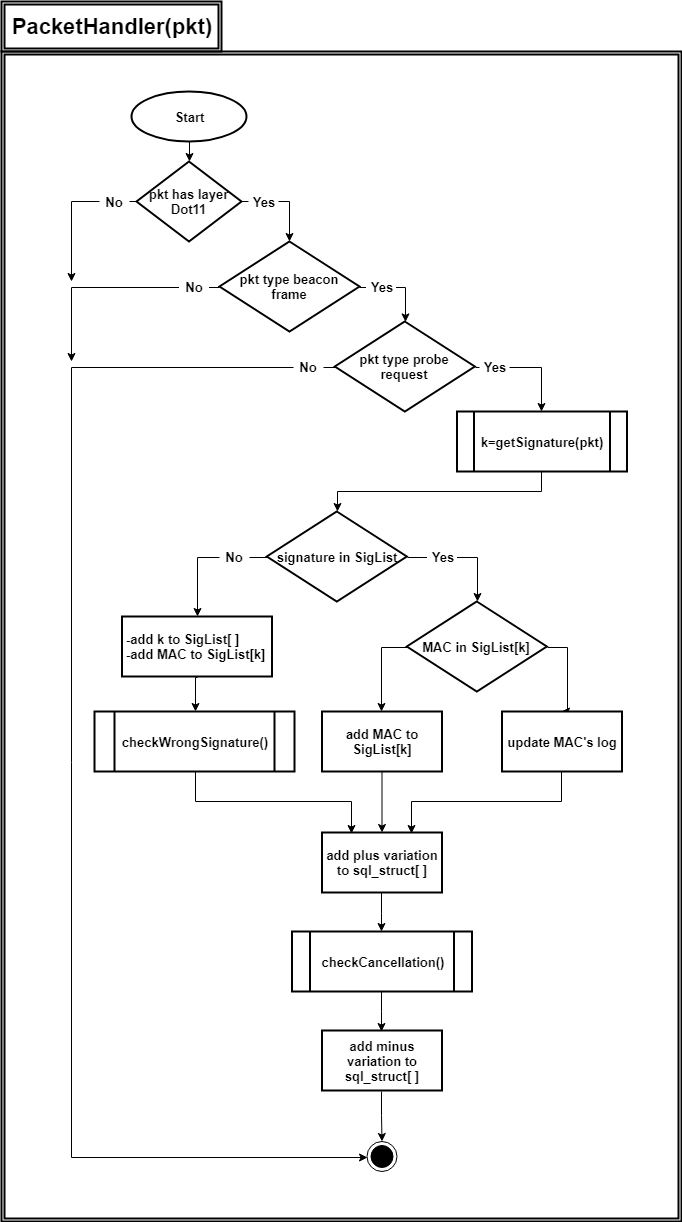
Above: Immagini/Diagrammi/packetHandler.png in gianlubiscotto/SnifferWiFi (draw.io), before the change. Source tidied: cells renumbered, new cells last; positions are measured from the earlier drawing's top-left corner, leaving out a move shared by most shapes.
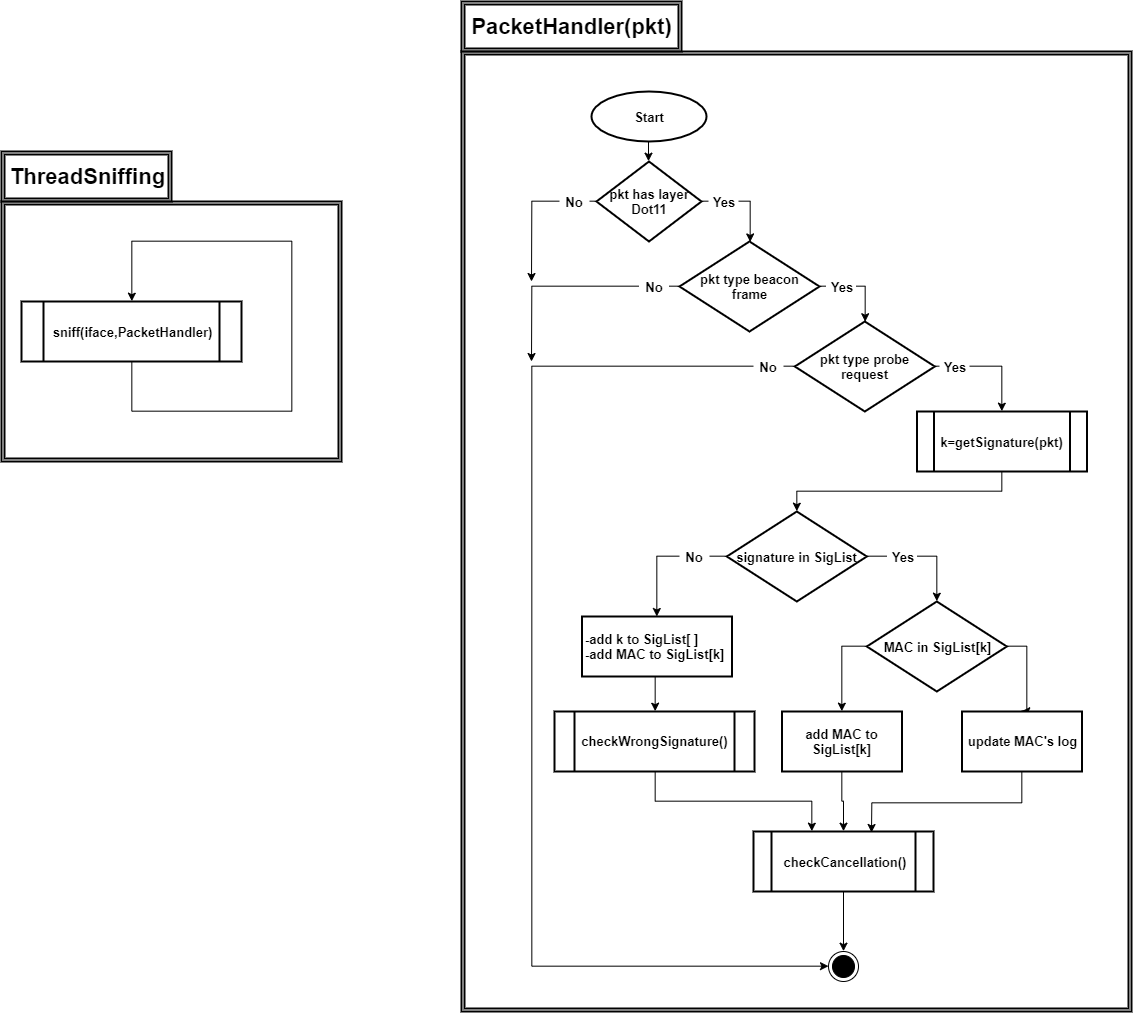
Above is the later version.

The edit, as a diff of the source:
```diff
@@ -2,42 +2,61 @@
   <root>
     <mxCell id="0" />
     <mxCell id="1" parent="0" />
+    <mxCell id="46" style="shape=ext;double=1;rounded=0;whiteSpace=wrap;html=1;strokeColor=#000000;fillColor=none;fontSize=22;fontStyle=1;strokeWidth=2;" parent="1" vertex="1">
+      <mxGeometry x="-460" y="200" width="340" height="260" as="geometry" />
+    </mxCell>
     <mxCell id="2" value="PacketHandler(pkt)" style="shape=ext;double=1;rounded=0;whiteSpace=wrap;html=1;strokeColor=#000000;fillColor=none;fontSize=22;fontStyle=1;strokeWidth=2;" parent="1" vertex="1">
       <mxGeometry width="220" height="50" as="geometry" />
     </mxCell>
+    <mxCell id="47" value="sniff(iface,PacketHandler)" style="shape=process;whiteSpace=wrap;html=1;backgroundOutline=1;strokeWidth=2;fontStyle=1;fontSize=13;" parent="1" vertex="1">
+      <mxGeometry x="-440" y="300" width="220" height="60" as="geometry" />
+    </mxCell>
+    <mxCell id="48" style="edgeStyle=orthogonalEdgeStyle;rounded=0;orthogonalLoop=1;jettySize=auto;html=1;entryX=0.5;entryY=0;entryDx=0;entryDy=0;fontSize=13;" parent="1" edge="1" source="47" target="47">
+      <mxGeometry relative="1" as="geometry">
+        <Array as="points">
+          <mxPoint x="-330" y="410" />
+          <mxPoint x="-170" y="410" />
+          <mxPoint x="-170" y="240" />
+          <mxPoint x="-330" y="240" />
+        </Array>
+      </mxGeometry>
+    </mxCell>
+    <mxCell id="49" value="ThreadSniffing" style="shape=ext;double=1;rounded=0;whiteSpace=wrap;html=1;strokeColor=#000000;fillColor=none;fontSize=22;fontStyle=1;strokeWidth=2;" parent="1" vertex="1">
+      <mxGeometry x="-460" y="150" width="170" height="50" as="geometry" />
+    </mxCell>
     <mxCell id="3" style="edgeStyle=orthogonalEdgeStyle;rounded=0;jettySize=auto;html=1;exitX=1;exitY=0.5;exitDx=0;exitDy=0;fontSize=13;" parent="1" edge="1" source="5" target="8">
       <mxGeometry relative="1" as="geometry" />
     </mxCell>
-    <mxCell id="4" style="edgeStyle=orthogonalEdgeStyle;rounded=0;jettySize=auto;html=1;exitX=0;exitY=0.5;exitDx=0;exitDy=0;fontSize=13;" parent="1" edge="1" source="5">
-      <mxGeometry relative="1" as="geometry">
-        <mxPoint x="70" y="280" as="targetPoint" />
-      </mxGeometry>
-    </mxCell>
+    <mxCell id="50" style="edgeStyle=orthogonalEdgeStyle;rounded=0;jettySize=auto;html=1;exitX=0;exitY=0.5;exitDx=0;exitDy=0;fontSize=13;" parent="1" edge="1" source="5">
+      <mxGeometry relative="1" as="geometry">
+        <mxPoint x="70" y="280" as="targetPoint" />
+      </mxGeometry>
+    </mxCell>
     <mxCell id="5" value="pkt has layer Dot11" style="rhombus;whiteSpace=wrap;html=1;strokeWidth=2;fontSize=13;fontStyle=1;" parent="1" vertex="1">
       <mxGeometry x="135" y="160" width="105" height="80" as="geometry" />
     </mxCell>
     <mxCell id="6" style="edgeStyle=orthogonalEdgeStyle;rounded=0;jettySize=auto;html=1;exitX=1;exitY=0.5;exitDx=0;exitDy=0;fontSize=13;" parent="1" edge="1" source="8" target="11">
       <mxGeometry relative="1" as="geometry" />
     </mxCell>
-    <mxCell id="7" style="edgeStyle=orthogonalEdgeStyle;rounded=0;jettySize=auto;html=1;exitX=0;exitY=0.5;exitDx=0;exitDy=0;fontSize=13;" parent="1" edge="1" source="8">
-      <mxGeometry relative="1" as="geometry">
-        <mxPoint x="70" y="360" as="targetPoint" />
-      </mxGeometry>
-    </mxCell>
+    <mxCell id="51" style="edgeStyle=orthogonalEdgeStyle;rounded=0;jettySize=auto;html=1;exitX=0;exitY=0.5;exitDx=0;exitDy=0;fontSize=13;" parent="1" edge="1" source="8">
+      <mxGeometry relative="1" as="geometry">
+        <mxPoint x="70" y="360" as="targetPoint" />
+      </mxGeometry>
+    </mxCell>
     <mxCell id="8" value="pkt type beacon frame" style="rhombus;whiteSpace=wrap;html=1;strokeWidth=2;fontSize=13;fontStyle=1;" parent="1" vertex="1">
       <mxGeometry x="218" y="240" width="140" height="90" as="geometry" />
     </mxCell>
     <mxCell id="9" style="edgeStyle=orthogonalEdgeStyle;rounded=0;jettySize=auto;html=1;exitX=1;exitY=0.5;exitDx=0;exitDy=0;entryX=0.5;entryY=0;entryDx=0;entryDy=0;fontSize=13;" parent="1" edge="1" source="11" target="16">
       <mxGeometry relative="1" as="geometry" />
     </mxCell>
-    <mxCell id="10" style="edgeStyle=orthogonalEdgeStyle;rounded=0;jettySize=auto;html=1;exitX=0;exitY=0.5;exitDx=0;exitDy=0;entryX=0;entryY=0.5;entryDx=0;entryDy=0;fontSize=13;" parent="1" edge="1" source="11" target="45">
-      <mxGeometry relative="1" as="geometry">
-        <Array as="points">
-          <mxPoint x="70" y="365" />
-          <mxPoint x="70" y="1155" />
-        </Array>
-      </mxGeometry>
-    </mxCell>
+    <mxCell id="52" style="edgeStyle=orthogonalEdgeStyle;rounded=0;jettySize=auto;html=1;exitX=0;exitY=0.5;exitDx=0;exitDy=0;entryX=0;entryY=0.5;entryDx=0;entryDy=0;fontSize=13;" parent="1" edge="1" source="11" target="58">
+      <mxGeometry relative="1" as="geometry">
+        <Array as="points">
+          <mxPoint x="70" y="365" />
+          <mxPoint x="70" y="965" />
+        </Array>
+      </mxGeometry>
+    </mxCell>
     <mxCell id="11" value="pkt type probe request" style="rhombus;whiteSpace=wrap;html=1;strokeWidth=2;fontSize=13;fontStyle=1;" parent="1" vertex="1">
       <mxGeometry x="333.3" y="320" width="140" height="90" as="geometry" />
     </mxCell>
@@ -65,15 +84,17 @@
     <mxCell id="19" value="MAC in SigList[k]" style="rhombus;whiteSpace=wrap;html=1;strokeWidth=2;fontSize=13;fontStyle=1;" parent="1" vertex="1">
       <mxGeometry x="405.3" y="600" width="140" height="90" as="geometry" />
     </mxCell>
-    <mxCell id="20" style="edgeStyle=orthogonalEdgeStyle;rounded=0;jettySize=auto;html=1;exitX=0.5;exitY=1;exitDx=0;exitDy=0;entryX=0.75;entryY=0;entryDx=0;entryDy=0;fontSize=13;" parent="1" edge="1" source="21" target="30">
-      <mxGeometry relative="1" as="geometry" />
-    </mxCell>
+    <mxCell id="53" style="edgeStyle=orthogonalEdgeStyle;rounded=0;jettySize=auto;html=1;exitX=0.5;exitY=1;exitDx=0;exitDy=0;fontSize=13;" parent="1" edge="1" source="21">
+      <mxGeometry relative="1" as="geometry">
+        <mxPoint x="410" y="831" as="targetPoint" />
+      </mxGeometry>
+    </mxCell>
     <mxCell id="21" value="update MAC's log" style="rounded=0;whiteSpace=wrap;html=1;strokeWidth=2;fontSize=13;fontStyle=1;" parent="1" vertex="1">
       <mxGeometry x="500.5" y="710" width="120" height="60" as="geometry" />
     </mxCell>
-    <mxCell id="22" style="edgeStyle=orthogonalEdgeStyle;rounded=0;jettySize=auto;html=1;fontSize=13;" parent="1" edge="1" source="23" target="30">
-      <mxGeometry relative="1" as="geometry" />
-    </mxCell>
+    <mxCell id="54" style="edgeStyle=orthogonalEdgeStyle;rounded=0;jettySize=auto;html=1;fontSize=13;entryX=0.5;entryY=0;entryDx=0;entryDy=0;" parent="1" edge="1" source="23" target="34">
+      <mxGeometry relative="1" as="geometry" />
+    </mxCell>
     <mxCell id="23" value="add MAC to SigList[k]" style="rounded=0;whiteSpace=wrap;html=1;strokeWidth=2;fontSize=13;fontStyle=1;" parent="1" vertex="1">
       <mxGeometry x="320.5" y="710" width="120" height="60" as="geometry" />
     </mxCell>
@@ -86,39 +107,27 @@
     <mxCell id="26" value="Yes" style="rounded=0;whiteSpace=wrap;html=1;strokeWidth=2;fontSize=13;strokeColor=none;fontStyle=1;" parent="1" vertex="1">
       <mxGeometry x="425.5" y="540" width="30" height="30" as="geometry" />
     </mxCell>
-    <mxCell id="27" style="edgeStyle=orthogonalEdgeStyle;rounded=0;jettySize=auto;html=1;exitX=0.5;exitY=1;exitDx=0;exitDy=0;entryX=0.25;entryY=0;entryDx=0;entryDy=0;fontSize=13;" parent="1" edge="1" source="28" target="30">
-      <mxGeometry relative="1" as="geometry" />
-    </mxCell>
+    <mxCell id="55" style="edgeStyle=orthogonalEdgeStyle;rounded=0;jettySize=auto;html=1;exitX=0.5;exitY=1;exitDx=0;exitDy=0;entryX=0.32;entryY=-0.006;entryDx=0;entryDy=0;fontSize=13;entryPerimeter=0;" parent="1" edge="1" source="28" target="34">
+      <mxGeometry relative="1" as="geometry" />
+    </mxCell>
     <mxCell id="28" value="checkWrongSignature()" style="shape=process;whiteSpace=wrap;html=1;backgroundOutline=1;strokeWidth=2;fontSize=13;fontStyle=1;" parent="1" vertex="1">
       <mxGeometry x="93" y="710" width="200" height="60" as="geometry" />
     </mxCell>
-    <mxCell id="29" style="edgeStyle=orthogonalEdgeStyle;rounded=0;jettySize=auto;html=1;entryX=0.5;entryY=0;entryDx=0;entryDy=0;fontSize=13;" parent="1" edge="1" source="30" target="34">
-      <mxGeometry relative="1" as="geometry" />
-    </mxCell>
-    <mxCell id="30" value="add plus variation to sql_struct[ ]" style="rounded=0;whiteSpace=wrap;html=1;strokeWidth=2;fontSize=13;fontStyle=1;" parent="1" vertex="1">
-      <mxGeometry x="320.5" y="831" width="120" height="60" as="geometry" />
-    </mxCell>
     <mxCell id="31" style="edgeStyle=orthogonalEdgeStyle;rounded=0;jettySize=auto;html=1;exitX=0.5;exitY=1;exitDx=0;exitDy=0;entryX=0.5;entryY=0;entryDx=0;entryDy=0;fontSize=13;" parent="1" edge="1" source="32" target="5">
       <mxGeometry relative="1" as="geometry" />
     </mxCell>
     <mxCell id="32" value="Start" style="ellipse;whiteSpace=wrap;html=1;strokeWidth=2;fontSize=13;fontStyle=1;" parent="1" vertex="1">
       <mxGeometry x="130" y="90" width="115" height="50" as="geometry" />
     </mxCell>
-    <mxCell id="33" style="edgeStyle=orthogonalEdgeStyle;rounded=0;jettySize=auto;html=1;exitX=0.5;exitY=1;exitDx=0;exitDy=0;entryX=0.5;entryY=0;entryDx=0;entryDy=0;fontSize=13;" parent="1" edge="1" source="34" target="36">
-      <mxGeometry relative="1" as="geometry" />
-    </mxCell>
+    <mxCell id="56" style="edgeStyle=orthogonalEdgeStyle;rounded=0;jettySize=auto;html=1;exitX=0.5;exitY=1;exitDx=0;exitDy=0;entryX=0.5;entryY=0;entryDx=0;entryDy=0;fontSize=13;" parent="1" edge="1" source="34" target="58">
+      <mxGeometry relative="1" as="geometry" />
+    </mxCell>
     <mxCell id="34" value="checkCancellation()" style="shape=process;whiteSpace=wrap;html=1;backgroundOutline=1;strokeWidth=2;fontSize=13;fontStyle=1;" parent="1" vertex="1">
-      <mxGeometry x="290.5" y="930" width="180" height="60" as="geometry" />
+      <mxGeometry x="292" y="830" width="180" height="60" as="geometry" />
     </mxCell>
-    <mxCell id="35" style="edgeStyle=orthogonalEdgeStyle;rounded=0;jettySize=auto;html=1;exitX=0.5;exitY=1;exitDx=0;exitDy=0;fontSize=13;" parent="1" edge="1" source="36" target="45">
-      <mxGeometry relative="1" as="geometry" />
-    </mxCell>
-    <mxCell id="36" value="add minus variation to sql_struct[ ]" style="rounded=0;whiteSpace=wrap;html=1;strokeWidth=2;fontSize=13;fontStyle=1;" parent="1" vertex="1">
-      <mxGeometry x="320.5" y="1029" width="120" height="60" as="geometry" />
-    </mxCell>
-    <mxCell id="37" style="shape=ext;double=1;rounded=0;whiteSpace=wrap;html=1;strokeColor=#000000;fillColor=none;fontSize=22;fontStyle=1;strokeWidth=2;" parent="1" vertex="1">
-      <mxGeometry y="50" width="680" height="1170" as="geometry" />
-    </mxCell>
+    <mxCell id="57" style="shape=ext;double=1;rounded=0;whiteSpace=wrap;html=1;strokeColor=#000000;fillColor=none;fontSize=22;fontStyle=1;strokeWidth=2;" parent="1" vertex="1">
+      <mxGeometry y="50" width="670" height="960" as="geometry" />
+    </mxCell>
     <mxCell id="38" value="No" style="rounded=0;whiteSpace=wrap;html=1;strokeWidth=2;fontSize=13;strokeColor=none;fontStyle=1;" parent="1" vertex="1">
       <mxGeometry x="218" y="540" width="30" height="30" as="geometry" />
     </mxCell>
@@ -140,8 +149,8 @@
     <mxCell id="44" value="Yes" style="rounded=0;whiteSpace=wrap;html=1;strokeWidth=2;fontSize=13;strokeColor=none;fontStyle=1;" parent="1" vertex="1">
       <mxGeometry x="247" y="185" width="30" height="30" as="geometry" />
     </mxCell>
-    <mxCell id="45" style="ellipse;html=1;shape=endState;fillColor=#000000;strokeColor=#000000;fontSize=13;" parent="1" vertex="1">
-      <mxGeometry x="365.5" y="1140" width="30" height="30" as="geometry" />
-    </mxCell>
+    <mxCell id="58" style="ellipse;html=1;shape=endState;fillColor=#000000;strokeColor=#000000;fontSize=13;" parent="1" vertex="1">
+      <mxGeometry x="367" y="950" width="30" height="30" as="geometry" />
+    </mxCell>
   </root>
 </mxGraphModel>
```
